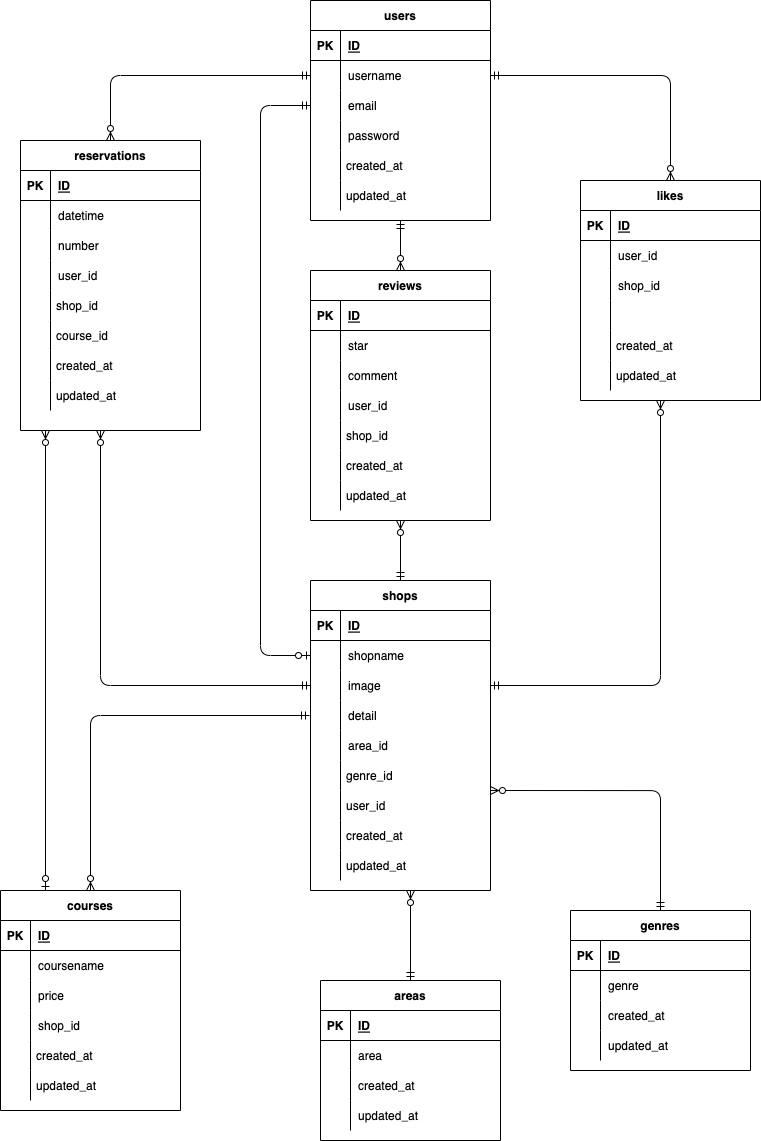
This is index.drawio.png from domaeyoshihiro/coachtech-advanced-ec-site, a draw.io export, as it was before one commit. Source tidied: cells renumbered, new cells last; positions are measured from the earlier drawing's top-left corner, leaving out a move shared by most shapes.
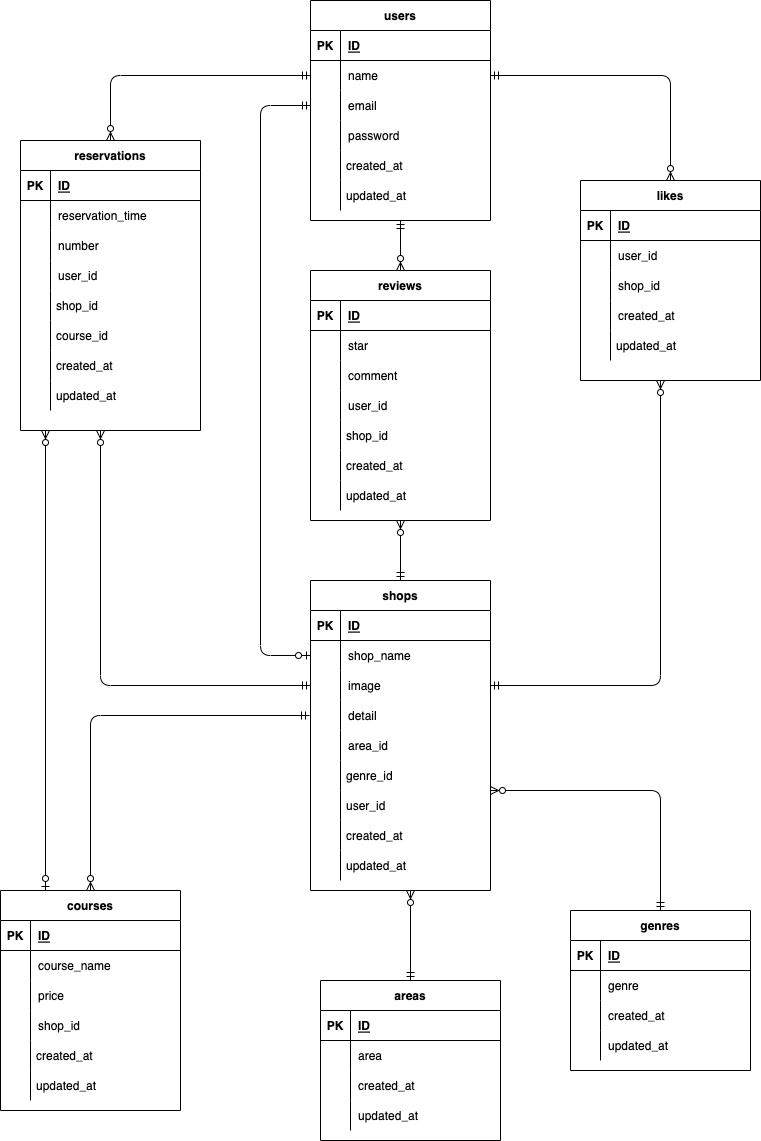
Later version of the same file.

Commit message:
ER図,本番環境用.envとコントローラのコード修正

What changed in the source:
```diff
@@ -20,7 +20,7 @@
     <mxCell id="7" style="shape=partialRectangle;fillColor=none;top=0;left=0;bottom=0;right=0;overflow=hidden;" parent="6" vertex="1">
       <mxGeometry width="30" height="30" as="geometry" />
     </mxCell>
-    <mxCell id="8" value="username" style="shape=partialRectangle;fillColor=none;top=0;left=0;bottom=0;right=0;align=left;spacingLeft=6;overflow=hidden;" parent="6" vertex="1">
+    <mxCell id="8" value="name" style="shape=partialRectangle;fillColor=none;top=0;left=0;bottom=0;right=0;align=left;spacingLeft=6;overflow=hidden;" parent="6" vertex="1">
       <mxGeometry x="30" width="150" height="30" as="geometry" />
     </mxCell>
     <mxCell id="9" style="shape=partialRectangle;fillColor=none;top=0;left=0;bottom=0;right=0;points=[[0,0.5],[1,0.5]];portConstraint=eastwest;" parent="2" vertex="1">
@@ -71,7 +71,7 @@
     <mxCell id="24" style="shape=partialRectangle;fillColor=none;top=0;left=0;bottom=0;right=0;overflow=hidden;" parent="23" vertex="1">
       <mxGeometry width="30" height="30" as="geometry" />
     </mxCell>
-    <mxCell id="25" value="shopname" style="shape=partialRectangle;fillColor=none;top=0;left=0;bottom=0;right=0;align=left;spacingLeft=6;overflow=hidden;" parent="23" vertex="1">
+    <mxCell id="25" value="shop_name" style="shape=partialRectangle;fillColor=none;top=0;left=0;bottom=0;right=0;align=left;spacingLeft=6;overflow=hidden;" parent="23" vertex="1">
       <mxGeometry x="30" width="150" height="30" as="geometry" />
     </mxCell>
     <mxCell id="26" style="shape=partialRectangle;fillColor=none;top=0;left=0;bottom=0;right=0;points=[[0,0.5],[1,0.5]];portConstraint=eastwest;" parent="19" vertex="1">
@@ -125,7 +125,7 @@
     <mxCell id="42" style="shape=partialRectangle;fillColor=none;top=0;left=0;bottom=0;right=0;overflow=hidden;" parent="41" vertex="1">
       <mxGeometry width="30" height="30" as="geometry" />
     </mxCell>
-    <mxCell id="43" value="datetime" style="shape=partialRectangle;fillColor=none;top=0;left=0;bottom=0;right=0;align=left;spacingLeft=6;overflow=hidden;" parent="41" vertex="1">
+    <mxCell id="43" value="reservation_time" style="shape=partialRectangle;fillColor=none;top=0;left=0;bottom=0;right=0;align=left;spacingLeft=6;overflow=hidden;" parent="41" vertex="1">
       <mxGeometry x="30" width="150" height="30" as="geometry" />
     </mxCell>
     <mxCell id="44" style="shape=partialRectangle;fillColor=none;top=0;left=0;bottom=0;right=0;" parent="37" vertex="1">
@@ -198,7 +198,7 @@
       <mxGeometry x="30" width="150" height="30" as="geometry" />
     </mxCell>
     <mxCell id="67" value="likes" style="shape=table;startSize=30;rowLines=0;fontStyle=1;align=center;" parent="1" vertex="1">
-      <mxGeometry x="580" y="180" width="180" height="220" as="geometry" />
+      <mxGeometry x="580" y="180" width="180" height="200" as="geometry" />
     </mxCell>
     <mxCell id="68" style="shape=partialRectangle;fillColor=none;top=0;left=0;bottom=1;right=0;" parent="67" vertex="1">
       <mxGeometry y="30" width="180" height="30" as="geometry" />
@@ -233,21 +233,15 @@
     <mxCell id="78" style="shape=partialRectangle;fillColor=none;top=0;left=0;bottom=0;right=0;overflow=hidden;" parent="77" vertex="1">
       <mxGeometry width="30" height="30" as="geometry" />
     </mxCell>
-    <mxCell id="79" style="shape=partialRectangle;fillColor=none;top=0;left=0;bottom=0;right=0;align=left;spacingLeft=6;overflow=hidden;" parent="77" vertex="1">
+    <mxCell id="79" value="created_at" style="shape=partialRectangle;fillColor=none;top=0;left=0;bottom=0;right=0;align=left;spacingLeft=6;overflow=hidden;" parent="77" vertex="1">
       <mxGeometry x="30" width="150" height="30" as="geometry" />
     </mxCell>
-    <mxCell id="80" value="created_at" style="shape=partialRectangle;fillColor=none;align=left;verticalAlign=middle;strokeColor=none;spacingLeft=34;" parent="1" vertex="1">
+    <mxCell id="80" value="updated_at" style="shape=partialRectangle;fillColor=none;align=left;verticalAlign=middle;strokeColor=none;spacingLeft=34;" parent="1" vertex="1">
       <mxGeometry x="580" y="330" width="90" height="30" as="geometry" />
     </mxCell>
     <mxCell id="81" style="shape=partialRectangle;top=0;left=0;bottom=0;fillColor=none;stokeWidth=1;align=left;verticalAlign=middle;spacingLeft=4;spacingRight=4;overflow=hidden;" parent="80" vertex="1">
       <mxGeometry width="30" height="30" as="geometry" />
     </mxCell>
-    <mxCell id="82" value="updated_at" style="shape=partialRectangle;fillColor=none;align=left;verticalAlign=middle;strokeColor=none;spacingLeft=34;" parent="1" vertex="1">
-      <mxGeometry x="580" y="360" width="90" height="30" as="geometry" />
-    </mxCell>
-    <mxCell id="83" style="shape=partialRectangle;top=0;left=0;bottom=0;fillColor=none;stokeWidth=1;align=left;verticalAlign=middle;spacingLeft=4;spacingRight=4;overflow=hidden;" parent="82" vertex="1">
-      <mxGeometry width="30" height="30" as="geometry" />
-    </mxCell>
     <mxCell id="84" value="genres" style="shape=table;startSize=30;rowLines=0;fontStyle=1;align=center;" parent="1" vertex="1">
       <mxGeometry x="570" y="910" width="180" height="160" as="geometry" />
     </mxCell>
@@ -292,7 +286,7 @@
     </mxCell>
     <mxCell id="98" style="edgeStyle=orthogonalEdgeStyle;fontSize=12;html=1;endArrow=ERzeroToMany;startArrow=ERmandOne;exitX=1;exitY=0.5;exitDx=0;exitDy=0;" parent="1" edge="1" source="26">
       <mxGeometry relative="1" as="geometry">
-        <mxPoint x="660" y="400" as="targetPoint" />
+        <mxPoint x="660" y="380" as="targetPoint" />
       </mxGeometry>
     </mxCell>
     <mxCell id="99" style="edgeStyle=orthogonalEdgeStyle;fontSize=12;html=1;endArrow=ERzeroToMany;startArrow=ERmandOne;exitX=0;exitY=0.5;exitDx=0;exitDy=0;entryX=0.5;entryY=0;entryDx=0;entryDy=0;" parent="1" edge="1" source="6" target="37">
@@ -410,7 +404,7 @@
     <mxCell id="134" style="shape=partialRectangle;fillColor=none;top=0;left=0;bottom=0;right=0;overflow=hidden;" parent="133" vertex="1">
       <mxGeometry width="30" height="30" as="geometry" />
     </mxCell>
-    <mxCell id="135" value="coursename" style="shape=partialRectangle;fillColor=none;top=0;left=0;bottom=0;right=0;align=left;spacingLeft=6;overflow=hidden;" parent="133" vertex="1">
+    <mxCell id="135" value="course_name" style="shape=partialRectangle;fillColor=none;top=0;left=0;bottom=0;right=0;align=left;spacingLeft=6;overflow=hidden;" parent="133" vertex="1">
       <mxGeometry x="30" width="150" height="30" as="geometry" />
     </mxCell>
     <mxCell id="136" style="shape=partialRectangle;fillColor=none;top=0;left=0;bottom=0;right=0;" parent="129" vertex="1">
```
